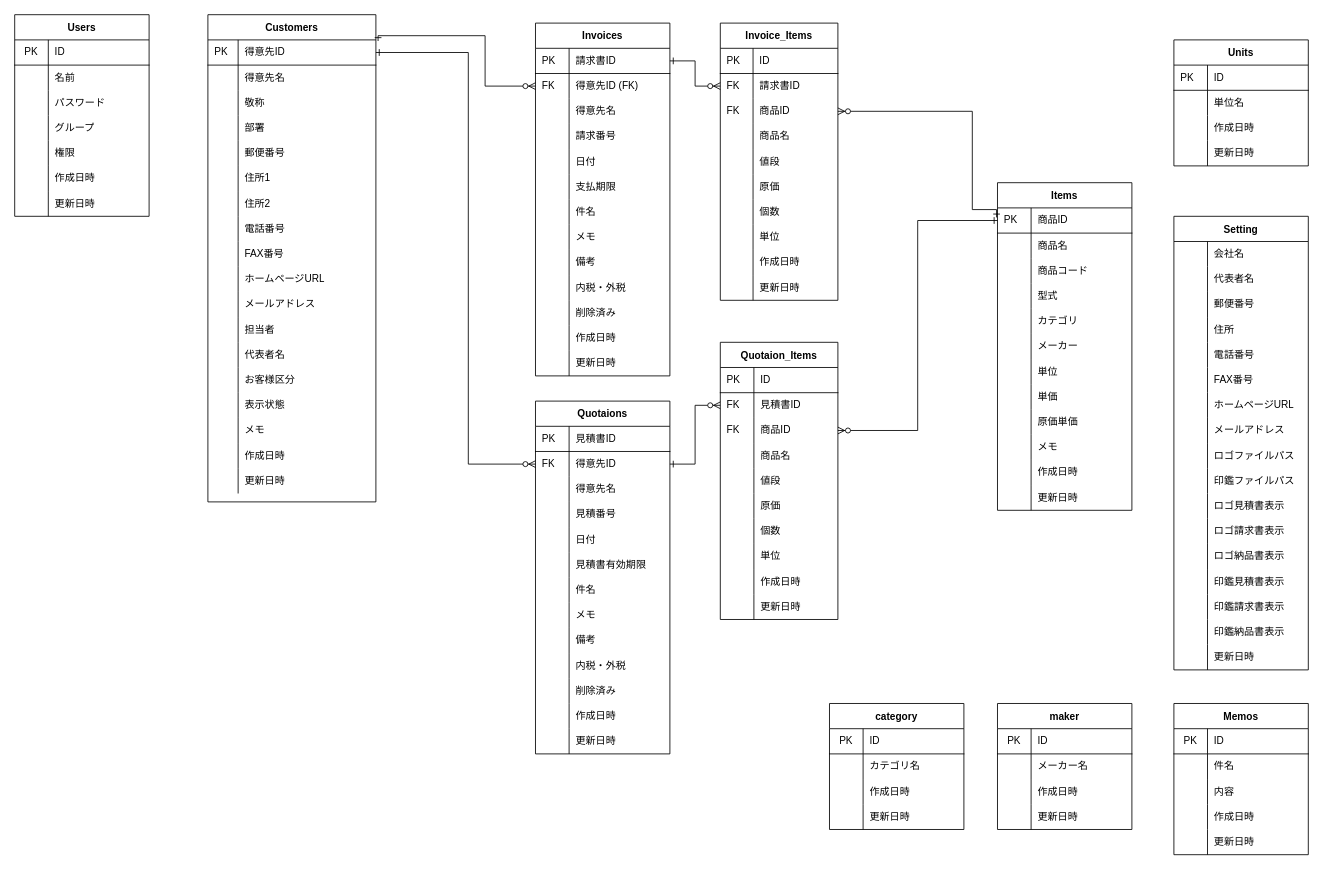
The draw.io diagram soho_er.dio in gamasenninn/caddie-clone, before the edit. Source tidied: cells renumbered, new cells numbered last; positions are measured from the earlier drawing's top-left corner, leaving out a move shared by most shapes. Both pictures are drawn from the tidied source at 84%, with x=0, y=0 at pixel (14, 14).
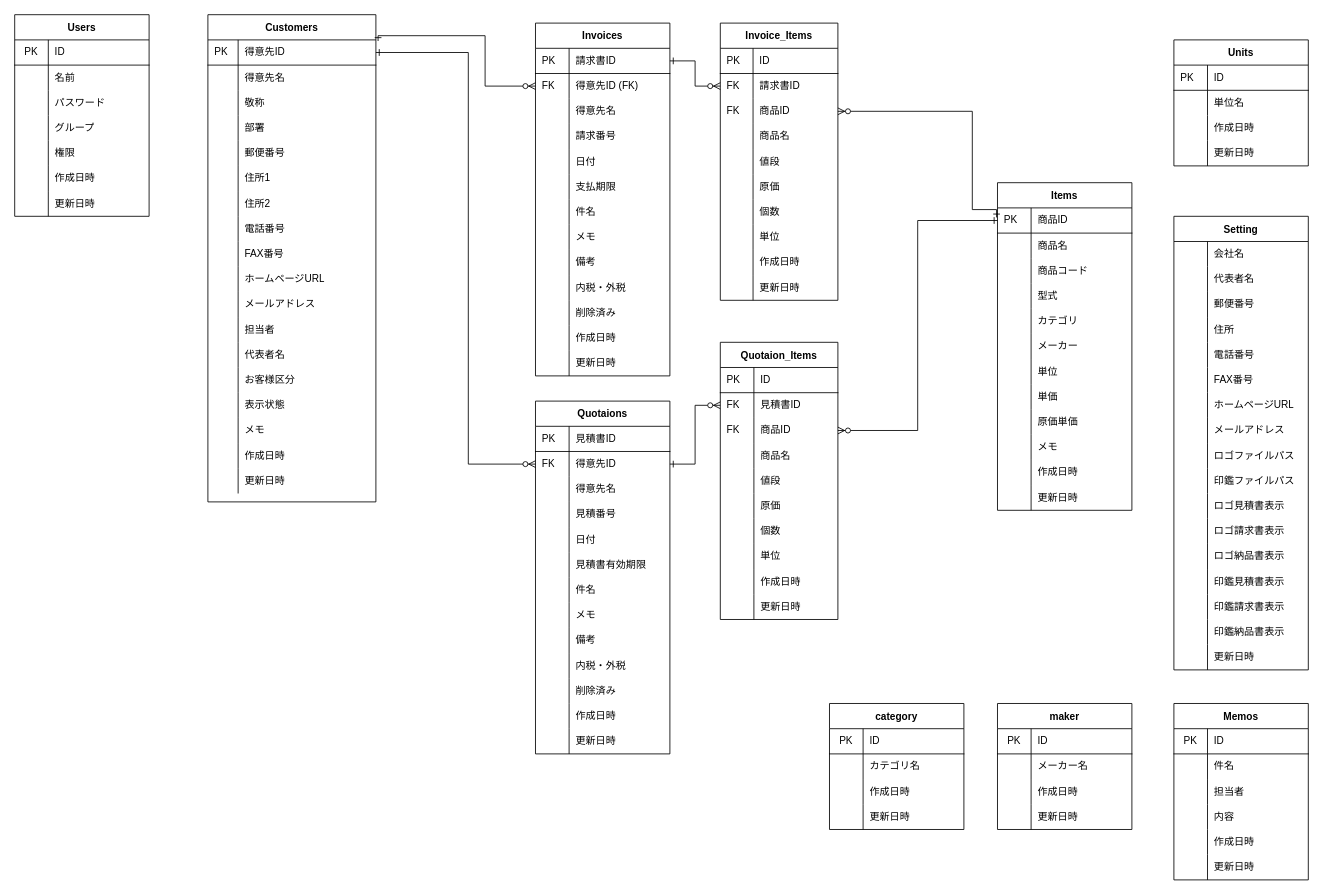
After the change.

Unchanged cells that the change refers to:
```xml
<mxCell id="314" style="shape=partialRectangle;html=1;whiteSpace=wrap;fillColor=none;top=0;left=0;bottom=0;right=0;" parent="307" vertex="1">
  <mxGeometry y="90" width="160" height="30" as="geometry" />
</mxCell>
```

Change to the diagram source:
```diff
@@
     <mxCell id="307" value="Memos" style="shape=table;startSize=30;childLayout=tableLayout;rowLines=0;fontStyle=1;align=center;" parent="1" vertex="1">
-      <mxGeometry x="1380" y="820" width="160" height="180" as="geometry" />
+      <mxGeometry x="1380" y="820" width="160" height="210" as="geometry" />
     </mxCell>
@@
-    <mxCell id="316" value="内容" style="shape=partialRectangle;html=1;whiteSpace=wrap;fillColor=none;top=0;left=0;bottom=0;right=0;align=left;spacingLeft=6;overflow=hidden;" parent="314" vertex="1">
+    <mxCell id="316" value="担当者" style="shape=partialRectangle;html=1;whiteSpace=wrap;fillColor=none;top=0;left=0;bottom=0;right=0;align=left;spacingLeft=6;overflow=hidden;" parent="314" vertex="1">
       <mxGeometry x="40" width="120" height="30" as="geometry" />
     </mxCell>
+    <mxCell id="371" style="shape=partialRectangle;html=1;whiteSpace=wrap;fillColor=none;top=0;left=0;bottom=0;right=0;" parent="307" vertex="1">
+      <mxGeometry y="120" width="160" height="30" as="geometry" />
+    </mxCell>
+    <mxCell id="372" style="shape=partialRectangle;html=1;whiteSpace=wrap;fillColor=none;top=0;left=0;bottom=0;right=0;overflow=hidden;" parent="371" vertex="1">
+      <mxGeometry width="40" height="30" as="geometry" />
+    </mxCell>
+    <mxCell id="373" value="内容" style="shape=partialRectangle;html=1;whiteSpace=wrap;fillColor=none;top=0;left=0;bottom=0;right=0;align=left;spacingLeft=6;overflow=hidden;" parent="371" vertex="1">
+      <mxGeometry x="40" width="120" height="30" as="geometry" />
+    </mxCell>
     <mxCell id="317" style="shape=partialRectangle;html=1;whiteSpace=wrap;fillColor=none;top=0;left=0;bottom=0;right=0;" parent="307" vertex="1">
-      <mxGeometry y="120" width="160" height="30" as="geometry" />
+      <mxGeometry y="150" width="160" height="30" as="geometry" />
     </mxCell>
@@
     <mxCell id="320" style="shape=partialRectangle;html=1;whiteSpace=wrap;fillColor=none;top=0;left=0;bottom=0;right=0;" parent="307" vertex="1">
-      <mxGeometry y="150" width="160" height="30" as="geometry" />
+      <mxGeometry y="180" width="160" height="30" as="geometry" />
     </mxCell>
```
